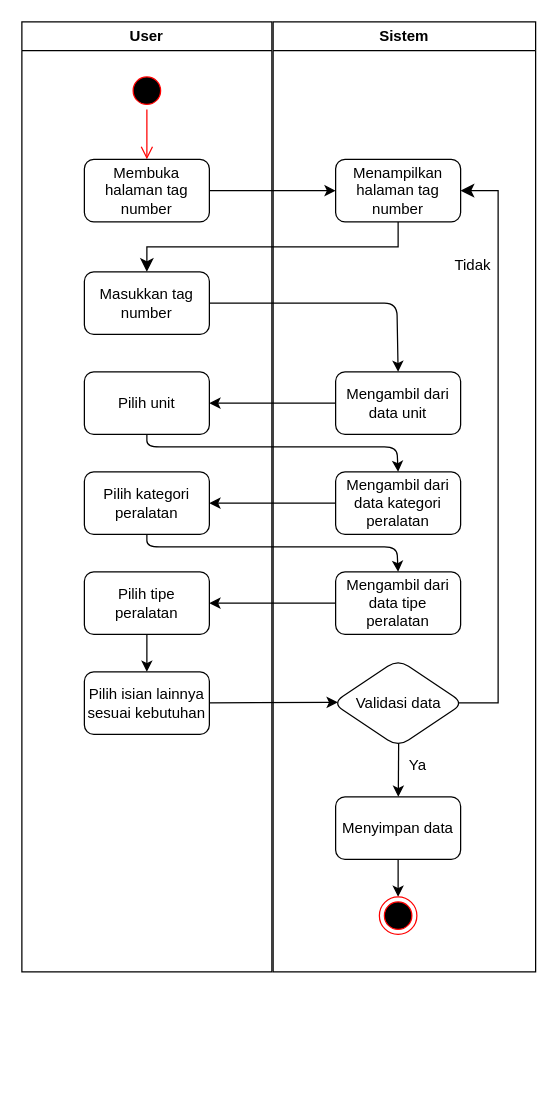
This is tag number/tambahtagnumber.drawio from rismanrhz/idms, a draw.io file, before an edit. Source tidied: cells renumbered, new cells numbered last; positions are measured from the earlier drawing's top-left corner, leaving out a move shared by most shapes. Both pictures are drawn from the tidied source at 125%, with x=0, y=0 at pixel (21, 21).
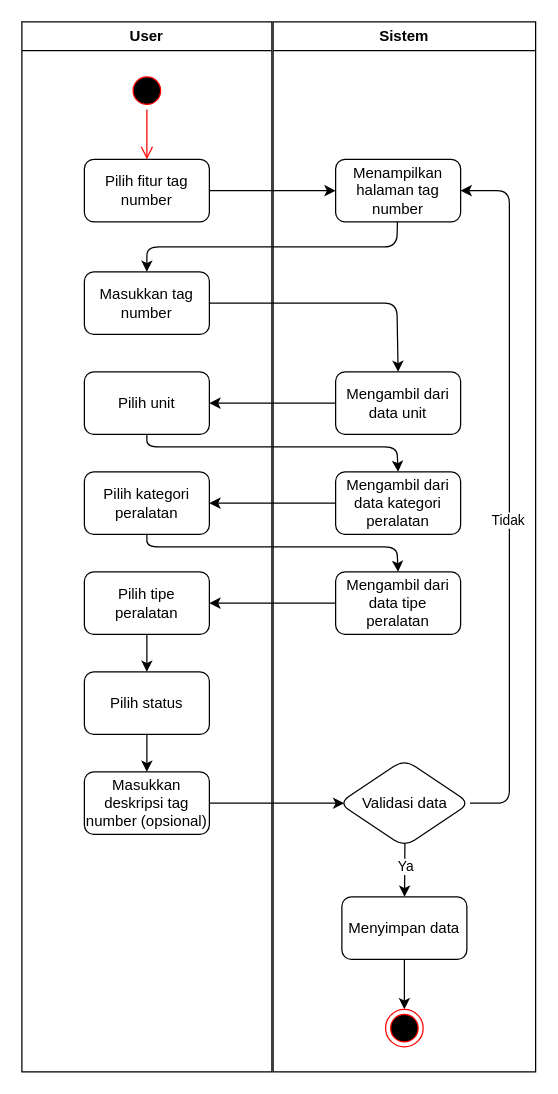
Above is the later version.

The change refers to these unchanged cells:
```xml
<mxCell id="3" style="ellipse;html=1;shape=startState;fillColor=#000000;strokeColor=#ff0000;" parent="2" vertex="1">
  <mxGeometry x="85" y="40" width="30" height="30" as="geometry" />
</mxCell>
<mxCell id="6" value="Masukkan tag number" style="rounded=1;whiteSpace=wrap;html=1;" parent="2" vertex="1">
  <mxGeometry x="50" y="200" width="100" height="50" as="geometry" />
</mxCell>
<mxCell id="10" value="Pilih tipe peralatan" style="rounded=1;whiteSpace=wrap;html=1;" parent="2" vertex="1">
  <mxGeometry x="50" y="440" width="100" height="50" as="geometry" />
</mxCell>
<mxCell id="13" value="Menampilkan halaman tag number" style="rounded=1;whiteSpace=wrap;html=1;" parent="12" vertex="1">
  <mxGeometry x="50" y="110" width="100" height="50" as="geometry" />
</mxCell>
<mxCell id="17" style="edgeStyle=none;html=1;exitX=0.504;exitY=0.938;exitDx=0;exitDy=0;exitPerimeter=0;" parent="12" edge="1" source="18" target="22">
  <mxGeometry relative="1" as="geometry" />
</mxCell>
```

Change to the diagram source:
```diff
@@
     <mxCell id="2" value="User" style="swimlane;whiteSpace=wrap;html=1;" parent="1" vertex="1">
-      <mxGeometry width="200" height="760" as="geometry" />
+      <mxGeometry width="200" height="840" as="geometry" />
     </mxCell>
@@
-    <mxCell id="4" style="edgeStyle=orthogonalEdgeStyle;html=1;verticalAlign=bottom;endArrow=open;endSize=8;strokeColor=#ff0000;" parent="2" edge="1" source="3">
-      <mxGeometry relative="1" as="geometry">
-        <mxPoint x="100" y="110" as="targetPoint" />
-      </mxGeometry>
-    </mxCell>
-    <mxCell id="5" value="Membuka halaman tag number" style="rounded=1;whiteSpace=wrap;html=1;" parent="2" vertex="1">
-      <mxGeometry x="50" y="110" width="100" height="50" as="geometry" />
-    </mxCell>
+    <mxCell id="34" style="edgeStyle=orthogonalEdgeStyle;html=1;verticalAlign=bottom;endArrow=open;endSize=8;strokeColor=#ff0000;" parent="2" edge="1" source="3">
+      <mxGeometry relative="1" as="geometry">
+        <mxPoint x="100" y="110" as="targetPoint" />
+      </mxGeometry>
+    </mxCell>
+    <mxCell id="35" value="Pilih fitur tag number" style="rounded=1;whiteSpace=wrap;html=1;" parent="2" vertex="1">
+      <mxGeometry x="50" y="110" width="100" height="50" as="geometry" />
+    </mxCell>
@@
-    <mxCell id="9" style="edgeStyle=none;html=1;" parent="2" edge="1" source="10" target="11">
-      <mxGeometry relative="1" as="geometry" />
-    </mxCell>
+    <mxCell id="36" style="edgeStyle=none;html=1;" parent="2" edge="1" source="10" target="38">
+      <mxGeometry relative="1" as="geometry" />
+    </mxCell>
@@
-    <mxCell id="11" value="Pilih isian lainnya sesuai kebutuhan" style="rounded=1;whiteSpace=wrap;html=1;" parent="2" vertex="1">
-      <mxGeometry x="50" y="520" width="100" height="50" as="geometry" />
-    </mxCell>
+    <mxCell id="37" style="edgeStyle=none;html=1;" parent="2" edge="1" source="38" target="39">
+      <mxGeometry relative="1" as="geometry" />
+    </mxCell>
+    <mxCell id="38" value="Pilih status" style="rounded=1;whiteSpace=wrap;html=1;" parent="2" vertex="1">
+      <mxGeometry x="50" y="520" width="100" height="50" as="geometry" />
+    </mxCell>
+    <mxCell id="39" value="Masukkan deskripsi tag number (opsional)" style="rounded=1;whiteSpace=wrap;html=1;" parent="2" vertex="1">
+      <mxGeometry x="50" y="600" width="100" height="50" as="geometry" />
+    </mxCell>
     <mxCell id="12" value="Sistem" style="swimlane;whiteSpace=wrap;html=1;" parent="1" vertex="1">
-      <mxGeometry x="201" width="210" height="760" as="geometry" />
+      <mxGeometry x="201" width="210" height="840" as="geometry" />
     </mxCell>
@@
-    <mxCell id="18" value="Validasi data" style="rhombus;whiteSpace=wrap;html=1;rounded=1;" parent="12" vertex="1">
-      <mxGeometry x="47.5" y="510" width="105" height="70" as="geometry" />
-    </mxCell>
+    <mxCell id="23" value="Ya" style="edgeLabel;html=1;align=center;verticalAlign=middle;" parent="17" vertex="1">
+      <mxGeometry x="-0.12" relative="1" as="geometry" />
+    </mxCell>
-    <mxCell id="19" style="edgeStyle=elbowEdgeStyle;elbow=vertical;endArrow=classic;html=1;curved=0;rounded=0;endSize=8;startSize=8;entryX=1;entryY=0.5;entryDx=0;entryDy=0;exitX=0.956;exitY=0.498;exitDx=0;exitDy=0;exitPerimeter=0;" parent="12" edge="1" source="18" target="13">
+    <mxCell id="19" style="edgeStyle=none;html=1;entryX=1;entryY=0.5;entryDx=0;entryDy=0;" parent="12" edge="1" source="18" target="13">
       <mxGeometry relative="1" as="geometry">
         <Array as="points">
-          <mxPoint x="180" y="340" />
+          <mxPoint x="189" y="625" />
+          <mxPoint x="189" y="135" />
         </Array>
       </mxGeometry>
     </mxCell>
-    <mxCell id="20" value="Tidak" style="text;html=1;align=center;verticalAlign=middle;whiteSpace=wrap;rounded=0;" parent="12" vertex="1">
-      <mxGeometry x="130" y="180" width="60" height="30" as="geometry" />
+    <mxCell id="20" value="Tidak" style="edgeLabel;html=1;align=center;verticalAlign=middle;" parent="19" vertex="1">
+      <mxGeometry x="-0.08" y="2" relative="1" as="geometry" />
     </mxCell>
-    <mxCell id="21" style="edgeStyle=none;html=1;" parent="12" edge="1" source="22" target="24">
-      <mxGeometry relative="1" as="geometry" />
-    </mxCell>
+    <mxCell id="18" value="Validasi data" style="rhombus;whiteSpace=wrap;html=1;rounded=1;" parent="12" vertex="1">
+      <mxGeometry x="52.5" y="590" width="105" height="70" as="geometry" />
+    </mxCell>
+    <mxCell id="40" style="edgeStyle=none;html=1;" parent="12" edge="1" source="22" target="41">
+      <mxGeometry relative="1" as="geometry" />
+    </mxCell>
     <mxCell id="22" value="Menyimpan data" style="rounded=1;whiteSpace=wrap;html=1;" parent="12" vertex="1">
-      <mxGeometry x="50" y="620" width="100" height="50" as="geometry" />
+      <mxGeometry x="55" y="700" width="100" height="50" as="geometry" />
     </mxCell>
-    <mxCell id="23" value="Ya" style="text;html=1;align=center;verticalAlign=middle;whiteSpace=wrap;rounded=0;" parent="12" vertex="1">
-      <mxGeometry x="85.5" y="580" width="60" height="30" as="geometry" />
-    </mxCell>
-    <mxCell id="24" style="ellipse;html=1;shape=endState;fillColor=#000000;strokeColor=#ff0000;" parent="12" vertex="1">
-      <mxGeometry x="85" y="700" width="30" height="30" as="geometry" />
-    </mxCell>
-    <mxCell id="25" style="endArrow=classic;html=1;exitX=1;exitY=0.5;exitDx=0;exitDy=0;entryX=0;entryY=0.5;entryDx=0;entryDy=0;" parent="1" edge="1" source="5" target="13">
-      <mxGeometry relative="1" as="geometry" />
-    </mxCell>
-    <mxCell id="26" style="edgeStyle=elbowEdgeStyle;elbow=vertical;endArrow=classic;html=1;curved=0;rounded=0;endSize=8;startSize=8;entryX=0.5;entryY=0;entryDx=0;entryDy=0;exitX=0.5;exitY=1;exitDx=0;exitDy=0;" parent="1" edge="1" source="13" target="6">
-      <mxGeometry relative="1" as="geometry" />
-    </mxCell>
-    <mxCell id="27" style="edgeStyle=none;html=1;entryX=0.04;entryY=0.491;entryDx=0;entryDy=0;entryPerimeter=0;" parent="1" edge="1" source="11" target="18">
-      <mxGeometry relative="1" as="geometry" />
-    </mxCell>
+    <mxCell id="41" style="ellipse;html=1;shape=endState;fillColor=#000000;strokeColor=#ff0000;" parent="12" vertex="1">
+      <mxGeometry x="90" y="790" width="30" height="30" as="geometry" />
+    </mxCell>
+    <mxCell id="42" style="endArrow=classic;html=1;exitX=1;exitY=0.5;exitDx=0;exitDy=0;entryX=0;entryY=0.5;entryDx=0;entryDy=0;" parent="1" edge="1" source="35" target="13">
+      <mxGeometry relative="1" as="geometry" />
+    </mxCell>
@@
+    <mxCell id="26" style="edgeStyle=none;html=1;entryX=0.5;entryY=0;entryDx=0;entryDy=0;" parent="1" edge="1" source="13" target="6">
+      <mxGeometry relative="1" as="geometry">
+        <Array as="points">
+          <mxPoint x="300" y="180" />
+          <mxPoint x="100" y="180" />
+        </Array>
+      </mxGeometry>
+    </mxCell>
+    <mxCell id="43" style="edgeStyle=none;html=1;entryX=0.042;entryY=0.501;entryDx=0;entryDy=0;entryPerimeter=0;" parent="1" edge="1" source="39" target="18">
+      <mxGeometry relative="1" as="geometry" />
+    </mxCell>
```
